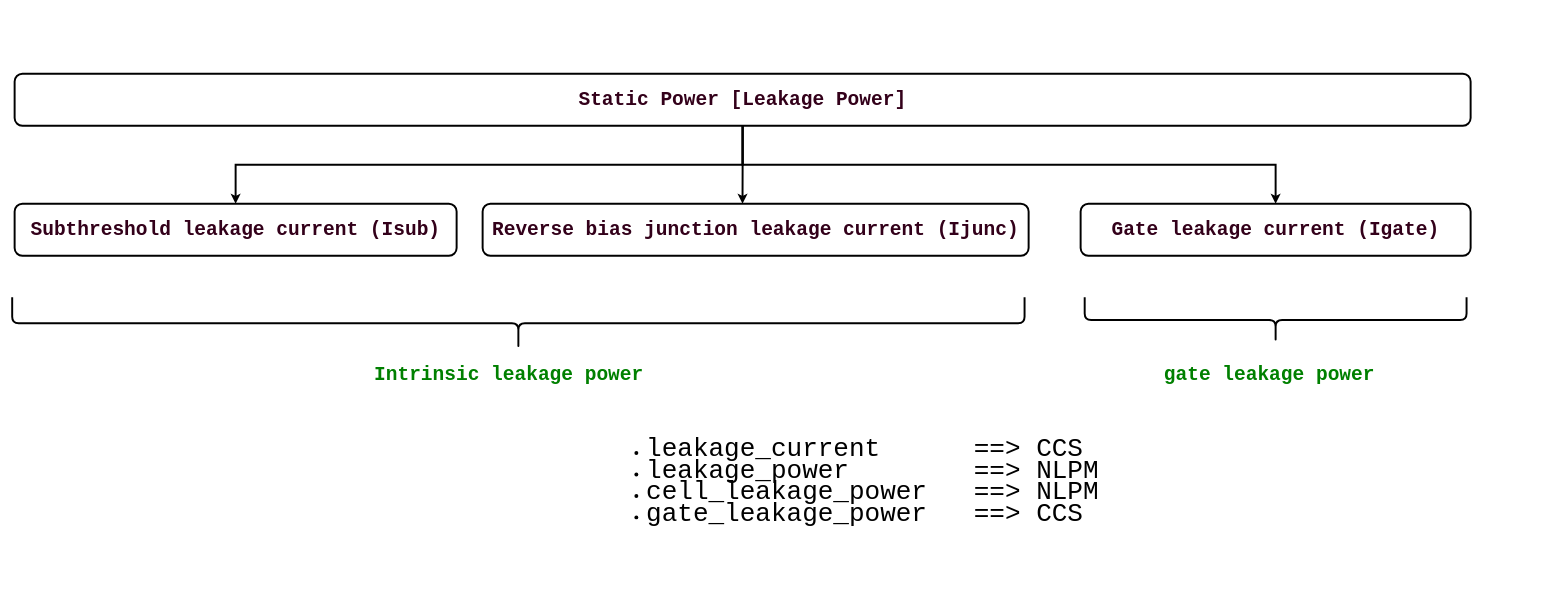
Before: standard_cell_characterization.drawio in T-Maharshi-Sanand-Yadav/draw.io, a draw.io diagram. Source tidied: cells renumbered, new cells numbered last; positions are measured from the earlier drawing's top-left corner, leaving out a move shared by most shapes. Both pictures are drawn from the tidied source at 65%, with x=0, y=0 at pixel (14, -183).
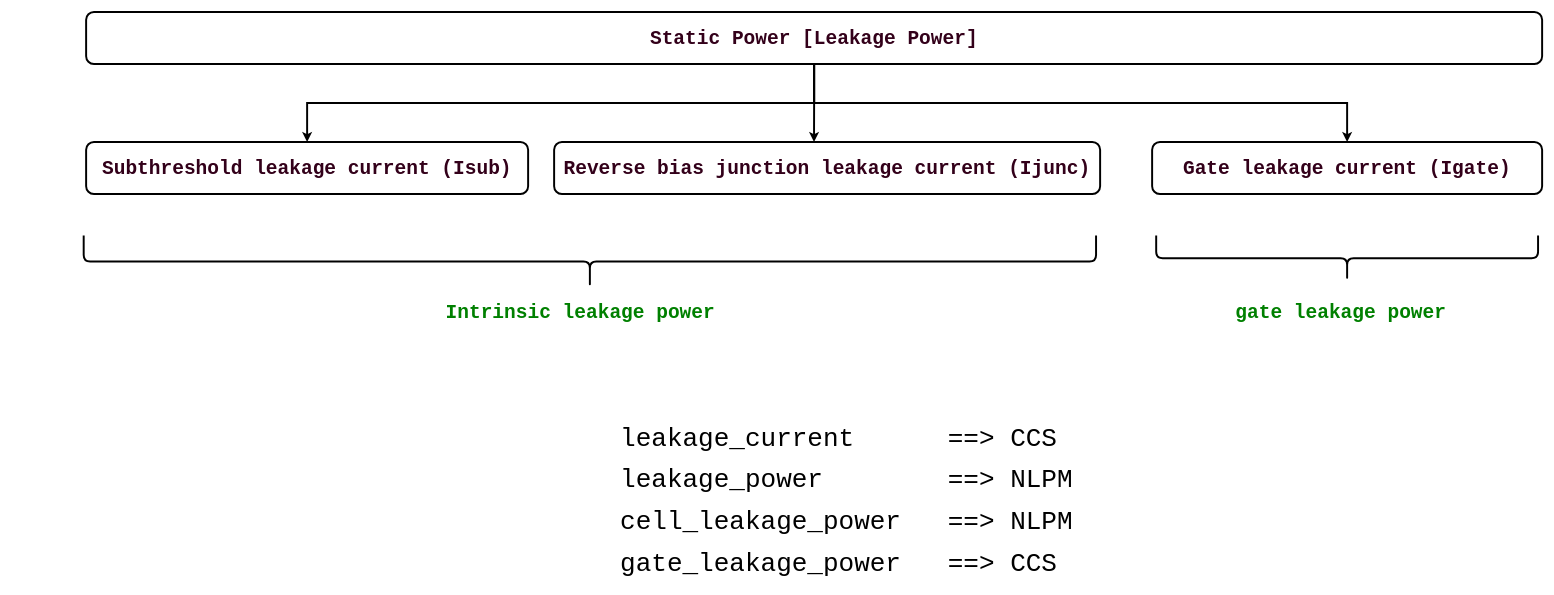
Above is the later version.

The edit, as a diff of the source:
```diff
@@
 <mxGraphModel>
   <root>
     <mxCell id="0" />
     <mxCell id="1" parent="0" />
+    <mxCell id="13" value="&lt;div style=&quot;background-color: rgb(255, 255, 255); line-height: 28px;&quot;&gt;&lt;span style=&quot;font-family: Consolas, &amp;quot;Courier New&amp;quot;, monospace; white-space-collapse: preserve; font-size: 40px; background-color: light-dark(rgb(255, 255, 255), rgb(18, 18, 18)); color: light-dark(rgb(0, 0, 0), rgb(255, 255, 255));&quot;&gt;leakage_current &amp;nbsp; &amp;nbsp; &amp;nbsp;==&amp;gt; CCS&lt;/span&gt;&lt;br&gt;&lt;font face=&quot;Consolas, Courier New, monospace&quot;&gt;&lt;span style=&quot;font-size: 40px; white-space-collapse: preserve;&quot;&gt;&lt;br&gt;&lt;/span&gt;&lt;/font&gt;&lt;span style=&quot;background-color: light-dark(rgb(255, 255, 255), rgb(18, 18, 18)); color: light-dark(rgb(0, 0, 0), rgb(255, 255, 255)); font-size: 40px; font-family: Consolas, &amp;quot;Courier New&amp;quot;, monospace; white-space-collapse: preserve;&quot;&gt;leakage_power &amp;nbsp; &amp;nbsp; &amp;nbsp; &amp;nbsp;==&amp;gt; NLPM&lt;/span&gt;&lt;br&gt;&lt;font face=&quot;Consolas, Courier New, monospace&quot;&gt;&lt;span style=&quot;font-size: 40px; white-space-collapse: preserve;&quot;&gt;&lt;br&gt;&lt;/span&gt;&lt;/font&gt;&lt;span style=&quot;font-size: 40px; font-family: Consolas, &amp;quot;Courier New&amp;quot;, monospace; white-space-collapse: preserve; background-color: light-dark(rgb(255, 255, 255), rgb(18, 18, 18)); color: light-dark(rgb(0, 0, 0), rgb(255, 255, 255));&quot;&gt;cell_leakage_power &amp;nbsp; ==&amp;gt; NLPM&lt;/span&gt;&lt;br&gt;&lt;font face=&quot;Consolas, Courier New, monospace&quot;&gt;&lt;span style=&quot;font-size: 40px; white-space-collapse: preserve;&quot;&gt;&lt;br&gt;&lt;/span&gt;&lt;/font&gt;&lt;span style=&quot;font-size: 40px; font-family: Consolas, &amp;quot;Courier New&amp;quot;, monospace; white-space-collapse: preserve; background-color: light-dark(rgb(255, 255, 255), rgb(18, 18, 18)); color: light-dark(rgb(0, 0, 0), rgb(255, 255, 255));&quot;&gt;gate_leakage_power &amp;nbsp; ==&amp;gt; CCS&lt;/span&gt;&lt;/div&gt;" style="text;html=1;align=left;verticalAlign=middle;strokeColor=none;fillColor=none;fontSize=20;" parent="1" vertex="1">
+      <mxGeometry x="930" y="930" width="660" height="250" as="geometry" />
+    </mxCell>
+    <mxCell id="14" style="group;" parent="1" vertex="1">
+      <mxGeometry x="106.2" y="300" width="2243.8" height="483" as="geometry" />
+    </mxCell>
-    <mxCell id="2" style="edgeStyle=orthogonalEdgeStyle;rounded=0;jettySize=auto;html=1;exitX=0.5;exitY=1;exitDx=0;exitDy=0;entryX=0.5;entryY=0;entryDx=0;entryDy=0;strokeWidth=3;" parent="1" edge="1" source="5" target="6">
+    <mxCell id="2" style="edgeStyle=orthogonalEdgeStyle;rounded=0;jettySize=auto;html=1;exitX=0.5;exitY=1;exitDx=0;exitDy=0;entryX=0.5;entryY=0;entryDx=0;entryDy=0;strokeWidth=3;" parent="14" edge="1" source="5" target="6">
       <mxGeometry relative="1" as="geometry" />
     </mxCell>
-    <mxCell id="3" style="edgeStyle=orthogonalEdgeStyle;rounded=0;jettySize=auto;html=1;exitX=0.5;exitY=1;exitDx=0;exitDy=0;strokeWidth=3;entryX=0.476;entryY=0;entryDx=0;entryDy=0;entryPerimeter=0;" parent="1" edge="1" source="5" target="7">
+    <mxCell id="3" style="edgeStyle=orthogonalEdgeStyle;rounded=0;jettySize=auto;html=1;exitX=0.5;exitY=1;exitDx=0;exitDy=0;strokeWidth=3;entryX=0.476;entryY=0;entryDx=0;entryDy=0;entryPerimeter=0;" parent="14" edge="1" source="5" target="7">
       <mxGeometry relative="1" as="geometry" />
     </mxCell>
-    <mxCell id="4" style="edgeStyle=orthogonalEdgeStyle;rounded=0;jettySize=auto;html=1;exitX=0.5;exitY=1;exitDx=0;exitDy=0;strokeWidth=3;" parent="1" edge="1" source="5" target="8">
+    <mxCell id="4" style="edgeStyle=orthogonalEdgeStyle;rounded=0;jettySize=auto;html=1;exitX=0.5;exitY=1;exitDx=0;exitDy=0;strokeWidth=3;" parent="14" edge="1" source="5" target="8">
       <mxGeometry relative="1" as="geometry" />
     </mxCell>
-    <mxCell id="5" value="&lt;div style=&quot;background-color: rgb(255, 255, 255); font-family: Consolas, &amp;quot;Courier New&amp;quot;, monospace; line-height: 28px; white-space: pre;&quot;&gt;&lt;font style=&quot;color: rgb(51, 0, 26);&quot;&gt;Static Power [Leakage Power]&lt;/font&gt;&lt;/div&gt;" style="rounded=1;whiteSpace=wrap;html=1;fontSize=30;strokeWidth=3;fontStyle=1;" parent="1" vertex="1">
-      <mxGeometry y="395" width="2240" height="80" as="geometry" />
+    <mxCell id="5" value="&lt;div style=&quot;background-color: rgb(255, 255, 255); font-family: Consolas, &amp;quot;Courier New&amp;quot;, monospace; line-height: 28px; white-space: pre;&quot;&gt;&lt;font style=&quot;color: rgb(51, 0, 26);&quot;&gt;Static Power [Leakage Power]&lt;/font&gt;&lt;/div&gt;" style="rounded=1;whiteSpace=wrap;html=1;fontSize=30;strokeWidth=3;fontStyle=1;" parent="14" vertex="1">
+      <mxGeometry x="3.8" width="2240" height="80" as="geometry" />
     </mxCell>
-    <mxCell id="6" value="&lt;div style=&quot;background-color: rgb(255, 255, 255); font-family: Consolas, &amp;quot;Courier New&amp;quot;, monospace; line-height: 28px; white-space: pre;&quot;&gt;&lt;font style=&quot;color: rgb(51, 0, 26);&quot;&gt;Subthreshold leakage current (Isub)&lt;/font&gt;&lt;/div&gt;" style="rounded=1;whiteSpace=wrap;html=1;fontSize=30;strokeWidth=3;fontStyle=1;" parent="1" vertex="1">
-      <mxGeometry y="595" width="680" height="80" as="geometry" />
+    <mxCell id="6" value="&lt;div style=&quot;background-color: rgb(255, 255, 255); font-family: Consolas, &amp;quot;Courier New&amp;quot;, monospace; line-height: 28px; white-space: pre;&quot;&gt;&lt;font style=&quot;color: rgb(51, 0, 26);&quot;&gt;Subthreshold leakage current (Isub)&lt;/font&gt;&lt;/div&gt;" style="rounded=1;whiteSpace=wrap;html=1;fontSize=30;strokeWidth=3;fontStyle=1;" parent="14" vertex="1">
+      <mxGeometry x="3.8" y="200" width="680" height="80" as="geometry" />
     </mxCell>
-    <mxCell id="7" value="&lt;div style=&quot;background-color: rgb(255, 255, 255); font-family: Consolas, &amp;quot;Courier New&amp;quot;, monospace; line-height: 28px; white-space: pre;&quot;&gt;&lt;font style=&quot;color: rgb(51, 0, 26);&quot;&gt;Reverse bias junction leakage current (Ijunc)&lt;/font&gt;&lt;/div&gt;" style="rounded=1;whiteSpace=wrap;html=1;fontSize=30;strokeWidth=3;fontStyle=1;" parent="1" vertex="1">
-      <mxGeometry x="720" y="595" width="840" height="80" as="geometry" />
+    <mxCell id="7" value="&lt;div style=&quot;background-color: rgb(255, 255, 255); font-family: Consolas, &amp;quot;Courier New&amp;quot;, monospace; line-height: 28px; white-space: pre;&quot;&gt;&lt;font style=&quot;color: rgb(51, 0, 26);&quot;&gt;Reverse bias junction leakage current (Ijunc)&lt;/font&gt;&lt;/div&gt;" style="rounded=1;whiteSpace=wrap;html=1;fontSize=30;strokeWidth=3;fontStyle=1;" parent="14" vertex="1">
+      <mxGeometry x="723.8" y="200" width="840" height="80" as="geometry" />
     </mxCell>
-    <mxCell id="8" value="&lt;div style=&quot;background-color: rgb(255, 255, 255); font-family: Consolas, &amp;quot;Courier New&amp;quot;, monospace; line-height: 28px; white-space: pre;&quot;&gt;&lt;font style=&quot;color: rgb(51, 0, 26);&quot;&gt;Gate leakage current (Igate)&lt;/font&gt;&lt;/div&gt;" style="rounded=1;whiteSpace=wrap;html=1;fontSize=30;strokeWidth=3;fontStyle=1;" parent="1" vertex="1">
-      <mxGeometry x="1640" y="595" width="600" height="80" as="geometry" />
+    <mxCell id="8" value="&lt;div style=&quot;background-color: rgb(255, 255, 255); font-family: Consolas, &amp;quot;Courier New&amp;quot;, monospace; line-height: 28px; white-space: pre;&quot;&gt;&lt;font style=&quot;color: rgb(51, 0, 26);&quot;&gt;Gate leakage current (Igate)&lt;/font&gt;&lt;/div&gt;" style="rounded=1;whiteSpace=wrap;html=1;fontSize=30;strokeWidth=3;fontStyle=1;" parent="14" vertex="1">
+      <mxGeometry x="1643.8" y="200" width="600" height="80" as="geometry" />
     </mxCell>
-    <mxCell id="9" style="shape=curlyBracket;whiteSpace=wrap;html=1;rounded=1;flipH=1;labelPosition=right;verticalLabelPosition=middle;align=left;verticalAlign=middle;rotation=90;strokeWidth=3;" parent="1" vertex="1">
-      <mxGeometry x="735" width="80" height="1557.5" as="geometry" />
+    <mxCell id="9" style="shape=curlyBracket;whiteSpace=wrap;html=1;rounded=1;flipH=1;labelPosition=right;verticalLabelPosition=middle;align=left;verticalAlign=middle;rotation=90;strokeWidth=3;" parent="14" vertex="1">
+      <mxGeometry x="738.8" y="-395" width="80" height="1557.5" as="geometry" />
     </mxCell>
-    <mxCell id="10" style="shape=curlyBracket;whiteSpace=wrap;html=1;rounded=1;flipH=1;labelPosition=right;verticalLabelPosition=middle;align=left;verticalAlign=middle;rotation=90;strokeWidth=3;" parent="1" vertex="1">
-      <mxGeometry x="1905" y="480" width="70" height="587.5" as="geometry" />
+    <mxCell id="10" style="shape=curlyBracket;whiteSpace=wrap;html=1;rounded=1;flipH=1;labelPosition=right;verticalLabelPosition=middle;align=left;verticalAlign=middle;rotation=90;strokeWidth=3;" parent="14" vertex="1">
+      <mxGeometry x="1908.8" y="85" width="70" height="587.5" as="geometry" />
     </mxCell>
-    <mxCell id="11" value="&lt;div style=&quot;background-color: rgb(255, 255, 255); font-family: Consolas, &amp;quot;Courier New&amp;quot;, monospace; line-height: 28px; white-space-collapse: preserve;&quot;&gt;&lt;span style=&quot;color: #008000;&quot;&gt;Intrinsic leakage power&lt;/span&gt;&lt;/div&gt;" style="text;html=1;align=center;verticalAlign=middle;strokeColor=none;fillColor=none;fontStyle=1;fontSize=30;" parent="1" vertex="1">
-      <mxGeometry x="560" y="838" width="400" height="40" as="geometry" />
+    <mxCell id="11" value="&lt;div style=&quot;background-color: rgb(255, 255, 255); font-family: Consolas, &amp;quot;Courier New&amp;quot;, monospace; line-height: 28px; white-space-collapse: preserve;&quot;&gt;&lt;span style=&quot;color: #008000;&quot;&gt;Intrinsic leakage power&lt;/span&gt;&lt;/div&gt;" style="text;html=1;align=center;verticalAlign=middle;strokeColor=none;fillColor=none;fontStyle=1;fontSize=30;" parent="14" vertex="1">
+      <mxGeometry x="563.8" y="443" width="400" height="40" as="geometry" />
     </mxCell>
-    <mxCell id="12" value="&lt;div style=&quot;background-color: rgb(255, 255, 255); font-family: Consolas, &amp;quot;Courier New&amp;quot;, monospace; line-height: 28px; white-space-collapse: preserve;&quot;&gt;&lt;span style=&quot;color: #008000;&quot;&gt;gate leakage power&lt;/span&gt;&lt;/div&gt;" style="text;html=1;align=center;verticalAlign=middle;strokeColor=none;fillColor=none;fontStyle=1;fontSize=30;" parent="1" vertex="1">
-      <mxGeometry x="1770" y="838" width="320" height="40" as="geometry" />
+    <mxCell id="12" value="&lt;div style=&quot;background-color: rgb(255, 255, 255); font-family: Consolas, &amp;quot;Courier New&amp;quot;, monospace; line-height: 28px; white-space-collapse: preserve;&quot;&gt;&lt;span style=&quot;color: #008000;&quot;&gt;gate leakage power&lt;/span&gt;&lt;/div&gt;" style="text;html=1;align=center;verticalAlign=middle;strokeColor=none;fillColor=none;fontStyle=1;fontSize=30;" parent="14" vertex="1">
+      <mxGeometry x="1773.8" y="443" width="320" height="40" as="geometry" />
     </mxCell>
-    <mxCell id="13" value="&lt;div style=&quot;background-color: rgb(255, 255, 255); font-family: Consolas, &amp;quot;Courier New&amp;quot;, monospace; line-height: 28px; white-space-collapse: preserve;&quot;&gt;&lt;ul&gt;&lt;li&gt;&lt;font style=&quot;font-size: 40px;&quot;&gt;leakage_current &amp;nbsp; &amp;nbsp; &amp;nbsp;==&amp;gt; CCS&lt;/font&gt;&lt;/li&gt;&lt;li&gt;&lt;font style=&quot;font-size: 40px;&quot;&gt;leakage_power &amp;nbsp; &amp;nbsp; &amp;nbsp; &amp;nbsp;==&amp;gt; NLPM&lt;/font&gt;&lt;/li&gt;&lt;li&gt;&lt;font style=&quot;font-size: 40px;&quot;&gt;cell_leakage_power &amp;nbsp; ==&amp;gt; NLPM&lt;/font&gt;&lt;/li&gt;&lt;li&gt;&lt;font style=&quot;font-size: 40px;&quot;&gt;gate_leakage_power &amp;nbsp; ==&amp;gt; CCS&lt;/font&gt;&lt;/li&gt;&lt;/ul&gt;&lt;/div&gt;" style="text;html=1;align=left;verticalAlign=middle;strokeColor=none;fillColor=none;fontSize=20;" parent="1" vertex="1">
-      <mxGeometry x="930" y="930" width="700" height="190" as="geometry" />
-    </mxCell>
   </root>
 </mxGraphModel>
```
